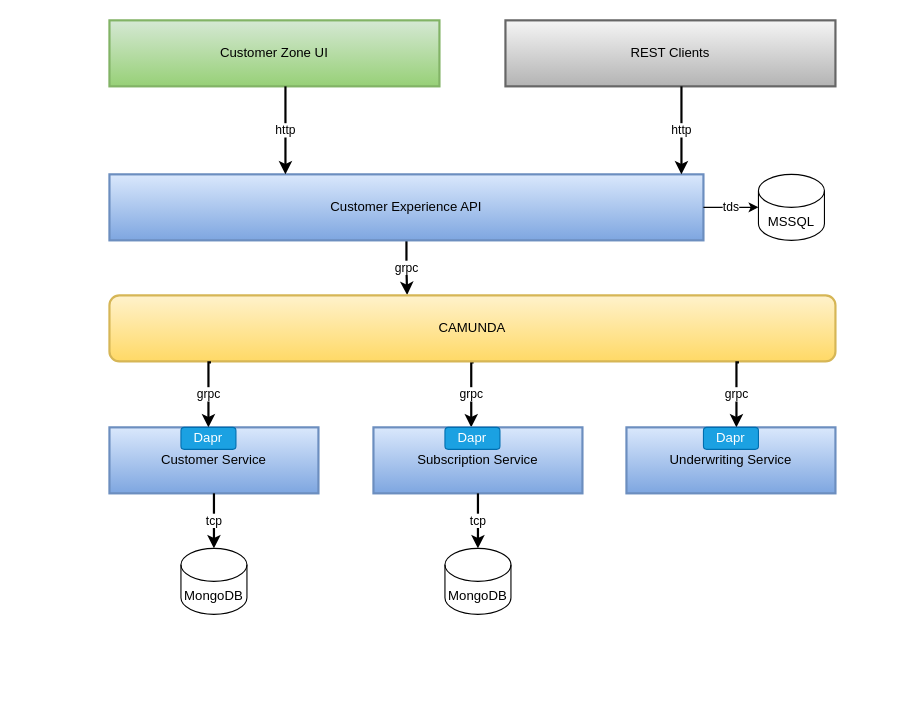
The draw.io diagram page "Application diagram and process" (1 of 2) of assets/subscription-architecture.drawio in RobertVejvoda/subscription-processing-demo, before the edit. Source tidied: cells renumbered, new cells numbered last; positions are measured from the earlier drawing's top-left corner, leaving out a move shared by most shapes. Both pictures are drawn from the tidied source at 110%, with x=0, y=0 at pixel (109, 20).
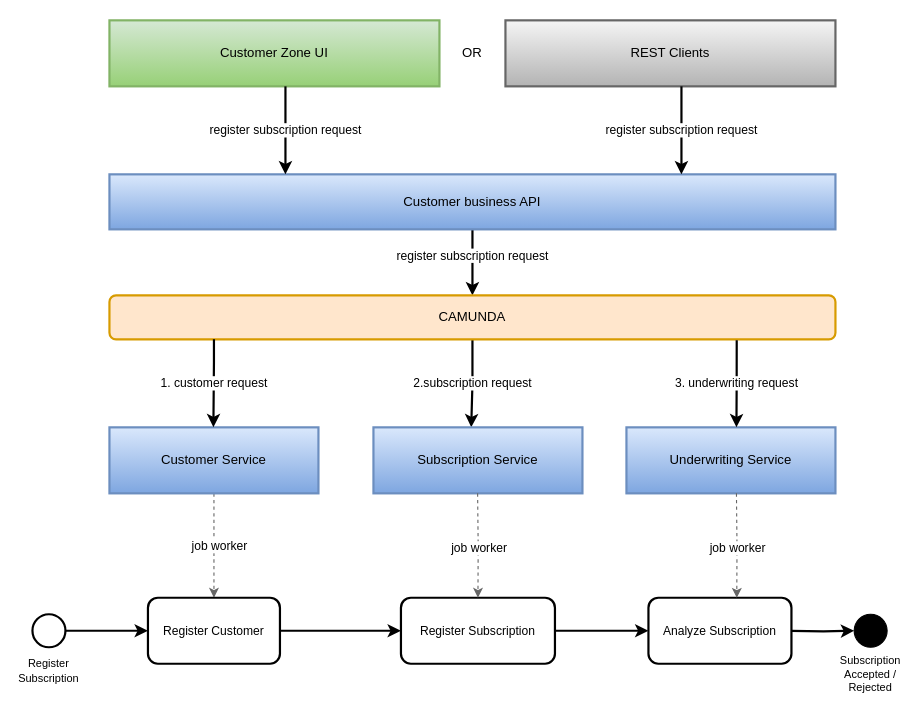
The same page after the edit.

Unchanged cells that the change refers to:
```xml
<mxCell id="2" value="Customer Zone UI" style="rounded=0;whiteSpace=wrap;html=1;strokeWidth=2;fillColor=#d5e8d4;gradientColor=#97d077;strokeColor=#82b366;" parent="1" vertex="1">
  <mxGeometry width="300" height="60" as="geometry" />
</mxCell>
<mxCell id="9" value="Customer Service" style="rounded=0;whiteSpace=wrap;html=1;strokeWidth=2;fillColor=#dae8fc;gradientColor=#7ea6e0;strokeColor=#6c8ebf;" parent="1" vertex="1">
  <mxGeometry y="370" width="190" height="60" as="geometry" />
</mxCell>
<mxCell id="10" value="Subscription Service" style="rounded=0;whiteSpace=wrap;html=1;strokeWidth=2;fillColor=#dae8fc;gradientColor=#7ea6e0;strokeColor=#6c8ebf;" parent="1" vertex="1">
  <mxGeometry x="240" y="370" width="190" height="60" as="geometry" />
</mxCell>
```

Change to the diagram source:
```diff
@@
-    <mxCell id="3" value="grpc" style="edgeStyle=orthogonalEdgeStyle;rounded=0;jettySize=auto;html=1;entryX=0.41;entryY=-0.006;entryDx=0;entryDy=0;strokeWidth=2;entryPerimeter=0;" parent="1" edge="1" source="4" target="8">
-      <mxGeometry relative="1" as="geometry" />
+    <mxCell id="3" value="register subscription request" style="edgeStyle=orthogonalEdgeStyle;rounded=0;jettySize=auto;html=1;entryX=0.5;entryY=0;entryDx=0;entryDy=0;strokeWidth=2;" parent="1" edge="1" source="4" target="8">
+      <mxGeometry x="-0.2" relative="1" as="geometry">
+        <Array as="points">
+          <mxPoint x="330" y="220" />
+          <mxPoint x="330" y="220" />
+        </Array>
+      </mxGeometry>
     </mxCell>
-    <mxCell id="4" value="Customer Experience API" style="rounded=0;whiteSpace=wrap;html=1;strokeWidth=2;fillColor=#dae8fc;gradientColor=#7ea6e0;strokeColor=#6c8ebf;" parent="1" vertex="1">
-      <mxGeometry y="140" width="540" height="60" as="geometry" />
+    <mxCell id="4" value="Customer business API" style="rounded=0;whiteSpace=wrap;html=1;strokeWidth=2;fillColor=#dae8fc;gradientColor=#7ea6e0;strokeColor=#6c8ebf;" parent="1" vertex="1">
+      <mxGeometry y="140" width="660" height="50" as="geometry" />
     </mxCell>
-    <mxCell id="5" value="http" style="edgeStyle=orthogonalEdgeStyle;rounded=0;jettySize=auto;html=1;strokeWidth=2;" parent="1" edge="1" source="2">
+    <mxCell id="5" value="register subscription request" style="edgeStyle=orthogonalEdgeStyle;rounded=0;jettySize=auto;html=1;strokeWidth=2;" parent="1" edge="1" source="2">
       <mxGeometry relative="1" as="geometry">
         <mxPoint x="160" y="140" as="targetPoint" />
         <Array as="points">
           <mxPoint x="160" y="140" />
         </Array>
       </mxGeometry>
     </mxCell>
@@
-    <mxCell id="7" value="grpc" style="edgeStyle=orthogonalEdgeStyle;rounded=0;orthogonalLoop=1;jettySize=auto;html=1;entryX=0.5;entryY=0;entryDx=0;entryDy=0;exitX=0.511;exitY=1.017;exitDx=0;exitDy=0;strokeWidth=2;exitPerimeter=0;" parent="1" edge="1">
+    <mxCell id="7" value="2.subscription request" style="edgeStyle=orthogonalEdgeStyle;rounded=0;jettySize=auto;html=1;entryX=0.5;entryY=0;entryDx=0;entryDy=0;strokeWidth=2;exitX=0.5;exitY=1;exitDx=0;exitDy=0;" parent="1" edge="1" source="8">
       <mxGeometry relative="1" as="geometry">
-        <mxPoint x="331.1" y="311" as="sourcePoint" />
         <mxPoint x="328.9" y="370" as="targetPoint" />
-        <Array as="points">
-          <mxPoint x="329" y="311" />
-        </Array>
       </mxGeometry>
     </mxCell>
-    <mxCell id="8" value="CAMUNDA" style="rounded=1;whiteSpace=wrap;html=1;strokeWidth=2;fillColor=#fff2cc;strokeColor=#d6b656;gradientColor=#ffd966;" parent="1" vertex="1">
-      <mxGeometry y="250" width="660" height="60" as="geometry" />
+    <mxCell id="8" value="CAMUNDA" style="rounded=1;whiteSpace=wrap;html=1;strokeWidth=2;fillColor=#ffe6cc;strokeColor=#d79b00;" parent="1" vertex="1">
+      <mxGeometry y="250" width="660" height="40" as="geometry" />
     </mxCell>
+    <mxCell id="24" style="edgeStyle=orthogonalEdgeStyle;rounded=0;jettySize=auto;html=1;entryX=0.5;entryY=0;entryDx=0;entryDy=0;exitX=0.5;exitY=1;exitDx=0;exitDy=0;dashed=1;strokeWidth=1;fillColor=#f5f5f5;gradientColor=#b3b3b3;strokeColor=#666666;" parent="1" edge="1" source="9" target="29">
+      <mxGeometry relative="1" as="geometry" />
+    </mxCell>
+    <mxCell id="25" value="job worker" style="edgeLabel;html=1;align=center;verticalAlign=middle;" parent="24" vertex="1">
+      <mxGeometry y="4" relative="1" as="geometry" />
+    </mxCell>
@@
-    <mxCell id="12" value="grpc" style="edgeStyle=orthogonalEdgeStyle;rounded=0;orthogonalLoop=1;jettySize=auto;html=1;entryX=0.5;entryY=0;entryDx=0;entryDy=0;exitX=0.511;exitY=1.017;exitDx=0;exitDy=0;strokeWidth=2;exitPerimeter=0;" parent="1" edge="1">
+    <mxCell id="12" value="1. customer request" style="edgeStyle=orthogonalEdgeStyle;rounded=0;orthogonalLoop=1;jettySize=auto;html=1;entryX=0.5;entryY=0;entryDx=0;entryDy=0;strokeWidth=2;" parent="1" edge="1">
       <mxGeometry relative="1" as="geometry">
-        <mxPoint x="92.3" y="311" as="sourcePoint" />
-        <mxPoint x="90" y="370" as="targetPoint" />
+        <mxPoint x="95" y="290" as="sourcePoint" />
+        <mxPoint x="94.5" y="369.9" as="targetPoint" />
         <Array as="points">
-          <mxPoint x="90.2" y="311" />
+          <mxPoint x="95.4" y="310.9" />
+          <mxPoint x="94.4" y="310.9" />
         </Array>
       </mxGeometry>
     </mxCell>
-    <mxCell id="13" value="grpc" style="edgeStyle=orthogonalEdgeStyle;rounded=0;orthogonalLoop=1;jettySize=auto;html=1;entryX=0.5;entryY=0;entryDx=0;entryDy=0;exitX=0.511;exitY=1.017;exitDx=0;exitDy=0;strokeWidth=2;exitPerimeter=0;" parent="1" edge="1">
+    <mxCell id="13" value="3. underwriting request" style="edgeStyle=orthogonalEdgeStyle;rounded=0;jettySize=auto;html=1;entryX=0.5;entryY=0;entryDx=0;entryDy=0;exitX=0.864;exitY=1.018;exitDx=0;exitDy=0;strokeWidth=2;exitPerimeter=0;" parent="1" edge="1" source="8">
       <mxGeometry relative="1" as="geometry">
-        <mxPoint x="572.3" y="311" as="sourcePoint" />
         <mxPoint x="570" y="370" as="targetPoint" />
-        <Array as="points">
-          <mxPoint x="570.2" y="311" />
-        </Array>
       </mxGeometry>
     </mxCell>
-    <mxCell id="14" value="http" style="edgeStyle=orthogonalEdgeStyle;rounded=0;orthogonalLoop=1;jettySize=auto;html=1;strokeWidth=2;" parent="1" edge="1">
+    <mxCell id="14" value="register subscription request" style="edgeStyle=orthogonalEdgeStyle;rounded=0;orthogonalLoop=1;jettySize=auto;html=1;strokeWidth=2;" parent="1" edge="1">
       <mxGeometry relative="1" as="geometry">
         <mxPoint x="520" y="60" as="sourcePoint" />
         <mxPoint x="520" y="140" as="targetPoint" />
         <Array as="points">
           <mxPoint x="520" y="100" />
           <mxPoint x="520" y="100" />
         </Array>
       </mxGeometry>
     </mxCell>
-    <mxCell id="15" value="MongoDB" style="shape=cylinder3;whiteSpace=wrap;html=1;boundedLbl=1;backgroundOutline=1;size=15;" parent="1" vertex="1">
-      <mxGeometry x="65" y="480" width="60" height="60" as="geometry" />
-    </mxCell>
-    <mxCell id="16" value="MongoDB" style="shape=cylinder3;whiteSpace=wrap;html=1;boundedLbl=1;backgroundOutline=1;size=15;" parent="1" vertex="1">
-      <mxGeometry x="305" y="480" width="60" height="60" as="geometry" />
-    </mxCell>
-    <mxCell id="17" value="tcp" style="edgeStyle=orthogonalEdgeStyle;rounded=0;jettySize=auto;html=1;entryX=0.5;entryY=0;entryDx=0;entryDy=0;entryPerimeter=0;strokeWidth=2;" parent="1" edge="1" source="9" target="15">
-      <mxGeometry relative="1" as="geometry" />
-    </mxCell>
-    <mxCell id="18" value="MSSQL" style="shape=cylinder3;whiteSpace=wrap;html=1;boundedLbl=1;backgroundOutline=1;size=15;" parent="1" vertex="1">
-      <mxGeometry x="590" y="140" width="60" height="60" as="geometry" />
-    </mxCell>
-    <mxCell id="19" value="tds" style="edgeStyle=orthogonalEdgeStyle;rounded=0;jettySize=auto;html=1;entryX=0;entryY=0.5;entryDx=0;entryDy=0;entryPerimeter=0;" parent="1" edge="1" source="4" target="18">
-      <mxGeometry relative="1" as="geometry" />
-    </mxCell>
-    <mxCell id="20" value="tcp" style="edgeStyle=orthogonalEdgeStyle;rounded=0;jettySize=auto;html=1;entryX=0.5;entryY=0;entryDx=0;entryDy=0;entryPerimeter=0;strokeWidth=2;" parent="1" edge="1" source="10" target="16">
-      <mxGeometry relative="1" as="geometry" />
-    </mxCell>
-    <mxCell id="21" value="Dapr" style="rounded=1;whiteSpace=wrap;html=1;fillColor=#1ba1e2;fontColor=#ffffff;strokeColor=#006EAF;" parent="1" vertex="1">
-      <mxGeometry x="65" y="370" width="50" height="20" as="geometry" />
-    </mxCell>
-    <mxCell id="22" value="Dapr" style="rounded=1;whiteSpace=wrap;html=1;fillColor=#1ba1e2;fontColor=#ffffff;strokeColor=#006EAF;" parent="1" vertex="1">
-      <mxGeometry x="305" y="370" width="50" height="20" as="geometry" />
-    </mxCell>
-    <mxCell id="23" value="Dapr" style="rounded=1;whiteSpace=wrap;html=1;fillColor=#1ba1e2;fontColor=#ffffff;strokeColor=#006EAF;" parent="1" vertex="1">
-      <mxGeometry x="540" y="370" width="50" height="20" as="geometry" />
-    </mxCell>
+    <mxCell id="26" style="edgeStyle=orthogonalEdgeStyle;rounded=0;jettySize=auto;html=1;entryX=0;entryY=0.5;entryDx=0;entryDy=0;strokeWidth=2;" parent="1" edge="1" source="27" target="29">
+      <mxGeometry relative="1" as="geometry" />
+    </mxCell>
+    <mxCell id="27" value="&lt;font style=&quot;font-size: 10px;&quot;&gt;Register Subscription&lt;/font&gt;" style="ellipse;whiteSpace=wrap;html=1;verticalAlign=top;horizontal=1;labelPosition=center;verticalLabelPosition=bottom;align=center;strokeWidth=2;" parent="1" vertex="1">
+      <mxGeometry x="-70" y="539.9" width="30" height="30" as="geometry" />
+    </mxCell>
+    <mxCell id="28" style="edgeStyle=orthogonalEdgeStyle;rounded=0;jettySize=auto;html=1;entryX=0;entryY=0.5;entryDx=0;entryDy=0;strokeWidth=2;" parent="1" edge="1" source="29" target="31">
+      <mxGeometry relative="1" as="geometry" />
+    </mxCell>
+    <mxCell id="29" value="Register Customer" style="rounded=1;whiteSpace=wrap;html=1;strokeWidth=2;fontSize=11;" parent="1" vertex="1">
+      <mxGeometry x="35" y="524.9" width="120" height="60" as="geometry" />
+    </mxCell>
+    <mxCell id="30" style="edgeStyle=orthogonalEdgeStyle;rounded=0;jettySize=auto;html=1;strokeWidth=2;" parent="1" edge="1" source="31" target="32">
+      <mxGeometry relative="1" as="geometry" />
+    </mxCell>
+    <mxCell id="31" value="Register Subscription" style="rounded=1;whiteSpace=wrap;html=1;strokeWidth=2;fontSize=11;" parent="1" vertex="1">
+      <mxGeometry x="265" y="524.9" width="140" height="60" as="geometry" />
+    </mxCell>
+    <mxCell id="32" value="Analyze Subscription" style="rounded=1;whiteSpace=wrap;html=1;strokeWidth=2;fontSize=11;" parent="1" vertex="1">
+      <mxGeometry x="490" y="524.9" width="130" height="60" as="geometry" />
+    </mxCell>
+    <mxCell id="33" style="edgeStyle=orthogonalEdgeStyle;rounded=0;jettySize=auto;html=1;entryX=0;entryY=0.5;entryDx=0;entryDy=0;strokeWidth=2;" parent="1" edge="1" target="34">
+      <mxGeometry relative="1" as="geometry">
+        <mxPoint x="620" y="555" as="sourcePoint" />
+      </mxGeometry>
+    </mxCell>
+    <mxCell id="34" value="Subscription Accepted / Rejected" style="ellipse;whiteSpace=wrap;html=1;fillColor=#000000;horizontal=1;labelPosition=center;verticalLabelPosition=bottom;align=center;verticalAlign=top;fontSize=10;" parent="1" vertex="1">
+      <mxGeometry x="677" y="539.9" width="30" height="30" as="geometry" />
+    </mxCell>
+    <mxCell id="35" style="edgeStyle=orthogonalEdgeStyle;rounded=0;jettySize=auto;html=1;exitX=0.5;exitY=1;exitDx=0;exitDy=0;dashed=1;strokeWidth=1;fillColor=#f5f5f5;gradientColor=#b3b3b3;strokeColor=#666666;entryX=0.5;entryY=0;entryDx=0;entryDy=0;" parent="1" edge="1" target="31">
+      <mxGeometry relative="1" as="geometry">
+        <mxPoint x="334.7" y="430" as="sourcePoint" />
+      </mxGeometry>
+    </mxCell>
+    <mxCell id="36" value="job worker" style="edgeLabel;html=1;align=center;verticalAlign=middle;" parent="35" vertex="1">
+      <mxGeometry x="0.1" relative="1" as="geometry">
+        <mxPoint y="-2" as="offset" />
+      </mxGeometry>
+    </mxCell>
+    <mxCell id="37" style="edgeStyle=orthogonalEdgeStyle;rounded=0;orthogonalLoop=1;jettySize=auto;html=1;exitX=0.5;exitY=1;exitDx=0;exitDy=0;dashed=1;strokeWidth=1;fillColor=#f5f5f5;gradientColor=#b3b3b3;strokeColor=#666666;entryX=0.5;entryY=0;entryDx=0;entryDy=0;" parent="1" edge="1">
+      <mxGeometry relative="1" as="geometry">
+        <mxPoint x="570" y="430" as="sourcePoint" />
+        <mxPoint x="570.3" y="525" as="targetPoint" />
+      </mxGeometry>
+    </mxCell>
+    <mxCell id="38" value="job worker" style="edgeLabel;html=1;align=center;verticalAlign=middle;" parent="37" vertex="1">
+      <mxGeometry x="0.1" relative="1" as="geometry">
+        <mxPoint y="-2" as="offset" />
+      </mxGeometry>
+    </mxCell>
+    <mxCell id="39" value="OR" style="text;html=1;strokeColor=none;fillColor=none;align=center;verticalAlign=middle;whiteSpace=wrap;rounded=0;" parent="1" vertex="1">
+      <mxGeometry x="300" y="15" width="60" height="30" as="geometry" />
+    </mxCell>
```
